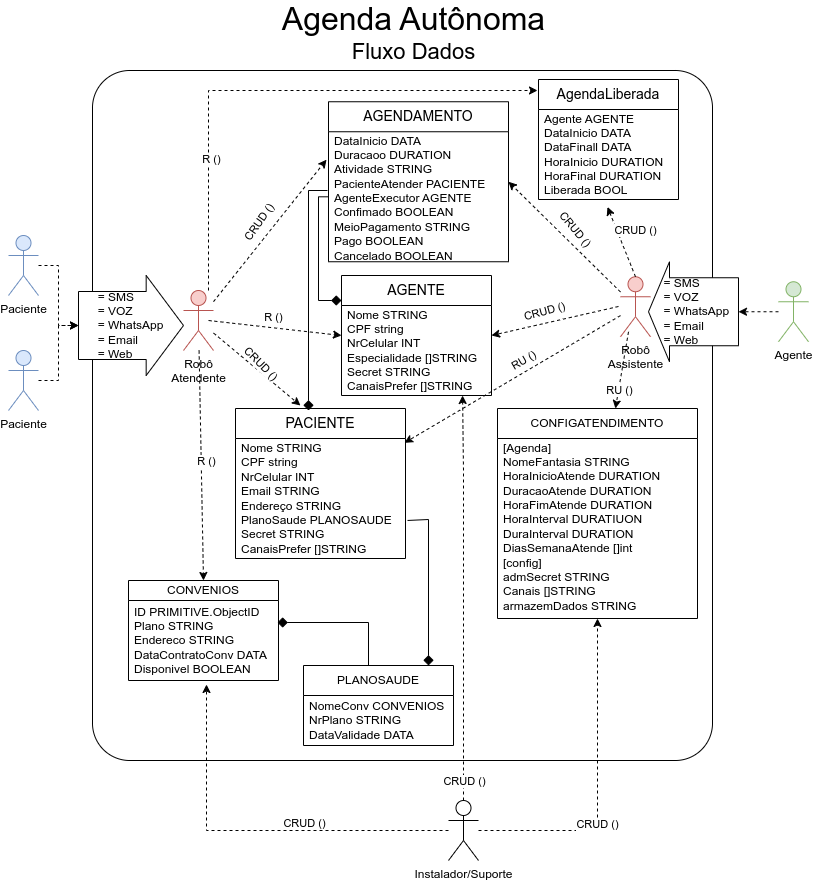
Before: Agenda-Página-1.drawio.png, a diagram exported from draw.io (gunboe/Agenda). Source tidied: cells renumbered, new cells last; positions are measured from the earlier drawing's top-left corner, leaving out a move shared by most shapes.
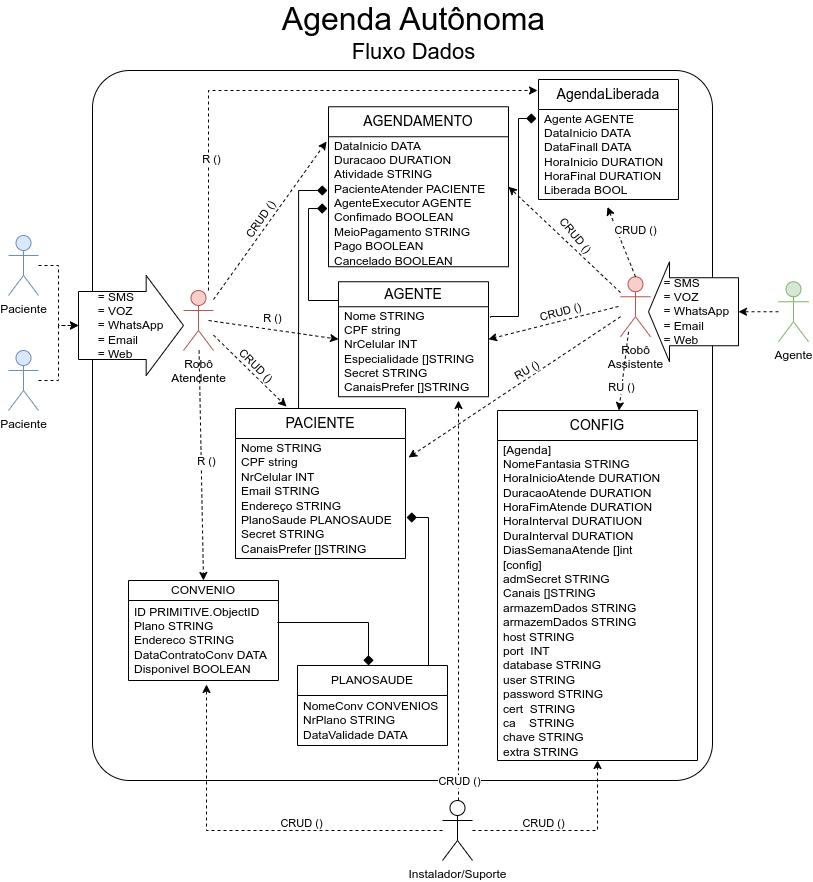
Later version of the same file.

Commit message:
Readequação da arquiteura da Agenda-Página-1.drawio.png

Diff of the diagram source:
```diff
@@ -3,7 +3,7 @@
     <mxCell id="0" />
     <mxCell id="1" parent="0" />
     <mxCell id="2" style="rounded=1;whiteSpace=wrap;html=1;arcSize=6;" parent="1" vertex="1">
-      <mxGeometry x="84" y="68" width="620" height="690" as="geometry" />
+      <mxGeometry x="84" y="68" width="620" height="710" as="geometry" />
     </mxCell>
     <mxCell id="3" style="edgeStyle=orthogonalEdgeStyle;rounded=0;jettySize=auto;html=1;entryX=0;entryY=0.5;entryDx=0;entryDy=0;entryPerimeter=0;dashed=1;" parent="1" edge="1" source="4" target="20">
       <mxGeometry relative="1" as="geometry" />
@@ -21,17 +21,17 @@
       <mxGeometry y="348" width="30" height="60" as="geometry" />
     </mxCell>
     <mxCell id="8" value="&lt;font style=&quot;font-size: 14px;&quot;&gt;AGENDAMENTO&lt;/font&gt;" style="swimlane;fontStyle=0;horizontal=1;startSize=30;whiteSpace=wrap;html=1;" parent="1" vertex="1">
-      <mxGeometry x="320" y="99.2" width="180" height="160" as="geometry" />
+      <mxGeometry x="320" y="104.2" width="180" height="160" as="geometry" />
     </mxCell>
     <mxCell id="9" value="DataInicio DATA&lt;br style=&quot;border-color: var(--border-color); text-align: center;&quot;&gt;&lt;span style=&quot;text-align: center;&quot;&gt;Duracaoo DURATION&lt;/span&gt;&lt;br style=&quot;border-color: var(--border-color); text-align: center;&quot;&gt;&lt;span style=&quot;text-align: center;&quot;&gt;Atividade STRING&lt;/span&gt;&lt;br style=&quot;border-color: var(--border-color); text-align: center;&quot;&gt;PacienteAtender PACIENTE&lt;br style=&quot;border-color: var(--border-color);&quot;&gt;&lt;span style=&quot;text-align: center;&quot;&gt;AgenteExecutor AGENTE&lt;/span&gt;&lt;br style=&quot;border-color: var(--border-color); text-align: center;&quot;&gt;&lt;span style=&quot;text-align: center;&quot;&gt;Confimado BOOLEAN&lt;/span&gt;&lt;span style=&quot;text-align: center;&quot;&gt;&lt;br&gt;MeioPagamento STRING&lt;br&gt;Pago BOOLEAN&lt;br&gt;Cancelado BOOLEAN&lt;br&gt;&lt;/span&gt;" style="text;strokeColor=none;fillColor=none;align=left;verticalAlign=middle;spacingLeft=4;spacingRight=4;overflow=hidden;points=[[0,0.5],[1,0.5]];portConstraint=eastwest;whiteSpace=wrap;html=1;" parent="8" vertex="1">
       <mxGeometry y="30" width="180" height="130" as="geometry" />
     </mxCell>
-    <mxCell id="10" style="endArrow=classic;html=1;rounded=0;entryX=-0.011;entryY=0.215;entryDx=0;entryDy=0;dashed=1;entryPerimeter=0;" parent="1" edge="1" source="19" target="9">
+    <mxCell id="10" style="endArrow=classic;html=1;rounded=0;entryX=-0.011;entryY=0.037;entryDx=0;entryDy=0;dashed=1;entryPerimeter=0;" parent="1" edge="1" source="19" target="9">
       <mxGeometry relative="1" as="geometry" />
     </mxCell>
     <mxCell id="11" value="CRUD ()" style="edgeLabel;html=1;align=center;verticalAlign=middle;rotation=-55;" parent="10" vertex="1">
       <mxGeometry x="-0.27" y="2" relative="1" as="geometry">
-        <mxPoint x="5" y="-25" as="offset" />
+        <mxPoint x="7" y="-21" as="offset" />
       </mxGeometry>
     </mxCell>
     <mxCell id="12" value="&lt;font style=&quot;font-size: 14px;&quot;&gt;PACIENTE&lt;/font&gt;" style="swimlane;fontStyle=0;horizontal=1;startSize=30;whiteSpace=wrap;html=1;" parent="1" vertex="1">
@@ -40,7 +40,7 @@
     <mxCell id="13" value="Nome STRING&lt;br&gt;CPF string&lt;br&gt;NrCelular INT&lt;br&gt;Email STRING&lt;br&gt;Endereço STRING&lt;br&gt;PlanoSaude PLANOSAUDE&lt;br&gt;Secret STRING&lt;br&gt;CanaisPrefer []STRING" style="text;strokeColor=none;fillColor=none;align=left;verticalAlign=middle;spacingLeft=4;spacingRight=4;overflow=hidden;points=[[0,0.5],[1,0.5]];portConstraint=eastwest;whiteSpace=wrap;html=1;" parent="12" vertex="1">
       <mxGeometry y="30" width="170" height="120" as="geometry" />
     </mxCell>
-    <mxCell id="14" style="endArrow=classic;html=1;rounded=0;entryX=0.382;entryY=-0.02;entryDx=0;entryDy=0;dashed=1;entryPerimeter=0;" parent="1" edge="1" source="19" target="12">
+    <mxCell id="14" style="endArrow=classic;html=1;rounded=0;entryX=0.3;entryY=-0.013;entryDx=0;entryDy=0;dashed=1;entryPerimeter=0;" parent="1" edge="1" source="19" target="12">
       <mxGeometry relative="1" as="geometry" />
     </mxCell>
     <mxCell id="15" value="CRUD ()" style="edgeLabel;html=1;align=center;verticalAlign=middle;rotation=45;fontSize=11;" parent="14" vertex="1">
@@ -57,7 +57,7 @@
       </mxGeometry>
     </mxCell>
     <mxCell id="18" value="Instalador/Suporte" style="shape=umlActor;verticalLabelPosition=bottom;verticalAlign=top;html=1;outlineConnect=0;" parent="1" vertex="1">
-      <mxGeometry x="440" y="798" width="30" height="60" as="geometry" />
+      <mxGeometry x="434" y="798" width="30" height="60" as="geometry" />
     </mxCell>
     <mxCell id="19" value="Robô&lt;br&gt;Atendente" style="shape=umlActor;verticalLabelPosition=bottom;verticalAlign=top;html=1;outlineConnect=0;fillColor=#f8cecc;strokeColor=#b85450;" parent="1" vertex="1">
       <mxGeometry x="175" y="288" width="30" height="60" as="geometry" />
@@ -65,11 +65,11 @@
     <mxCell id="20" value="&lt;div style=&quot;text-align: left;&quot;&gt;&lt;span style=&quot;background-color: initial;&quot;&gt;= SMS&lt;/span&gt;&lt;/div&gt;&lt;div style=&quot;text-align: left;&quot;&gt;&lt;span style=&quot;background-color: initial;&quot;&gt;= VOZ&lt;/span&gt;&lt;/div&gt;&lt;div style=&quot;text-align: left;&quot;&gt;&lt;span style=&quot;background-color: initial;&quot;&gt;= WhatsApp&lt;/span&gt;&lt;/div&gt;&lt;div style=&quot;text-align: left;&quot;&gt;&lt;span style=&quot;background-color: initial;&quot;&gt;= Email&lt;/span&gt;&lt;/div&gt;&lt;div style=&quot;text-align: left;&quot;&gt;&lt;span style=&quot;background-color: initial;&quot;&gt;= Web&lt;/span&gt;&lt;/div&gt;" style="shape=singleArrow;whiteSpace=wrap;html=1;arrowWidth=0.68;arrowSize=0.35555555555555557;" parent="1" vertex="1">
       <mxGeometry x="70" y="273" width="105" height="100" as="geometry" />
     </mxCell>
-    <mxCell id="21" value="&lt;font style=&quot;font-size: 14px;&quot;&gt;AGENTE&lt;/font&gt;" style="swimlane;fontStyle=0;horizontal=1;startSize=30;whiteSpace=wrap;html=1;" parent="1" vertex="1">
-      <mxGeometry x="333" y="273" width="150" height="120" as="geometry" />
+    <mxCell id="21" value="&lt;font style=&quot;font-size: 14px;&quot;&gt;AGENTE&lt;/font&gt;" style="swimlane;fontStyle=0;horizontal=1;startSize=25;whiteSpace=wrap;html=1;" parent="1" vertex="1">
+      <mxGeometry x="330" y="279.2" width="150" height="115" as="geometry" />
     </mxCell>
     <mxCell id="22" value="Nome STRING&lt;br&gt;CPF string&lt;br&gt;NrCelular INT&lt;br&gt;Especialidade []STRING&lt;br&gt;Secret STRING&lt;br&gt;CanaisPrefer []STRING" style="text;strokeColor=none;fillColor=none;align=left;verticalAlign=middle;spacingLeft=4;spacingRight=4;overflow=hidden;points=[[0,0.5],[1,0.5]];portConstraint=eastwest;whiteSpace=wrap;html=1;" parent="21" vertex="1">
-      <mxGeometry y="30" width="150" height="90" as="geometry" />
+      <mxGeometry y="25" width="150" height="90" as="geometry" />
     </mxCell>
     <mxCell id="23" value="Robô&lt;br&gt;Assistente" style="shape=umlActor;verticalLabelPosition=bottom;verticalAlign=top;html=1;outlineConnect=0;fillColor=#f8cecc;strokeColor=#b85450;" parent="1" vertex="1">
       <mxGeometry x="612" y="274.2" width="30" height="60" as="geometry" />
@@ -87,7 +87,7 @@
         <mxPoint x="16" y="-7" as="offset" />
       </mxGeometry>
     </mxCell>
-    <mxCell id="27" style="endArrow=classic;html=1;rounded=0;dashed=1;entryX=0.994;entryY=0.036;entryDx=0;entryDy=0;entryPerimeter=0;" parent="1" edge="1" source="23" target="13">
+    <mxCell id="27" style="endArrow=classic;html=1;rounded=0;dashed=1;entryX=1.018;entryY=0.158;entryDx=0;entryDy=0;entryPerimeter=0;" parent="1" edge="1" source="23" target="13">
       <mxGeometry relative="1" as="geometry" />
     </mxCell>
     <mxCell id="28" value="RU ()" style="edgeLabel;html=1;align=center;verticalAlign=middle;rotation=-30;" parent="27" vertex="1">
@@ -102,7 +102,7 @@
     </mxCell>
     <mxCell id="30" value="&lt;font style=&quot;font-size: 11px;&quot;&gt;CRUD ()&lt;/font&gt;" style="edgeLabel;html=1;align=center;verticalAlign=middle;rotation=-15;" parent="29" vertex="1">
       <mxGeometry x="-0.27" y="2" relative="1" as="geometry">
-        <mxPoint x="-28" y="-8" as="offset" />
+        <mxPoint x="-12" y="-8" as="offset" />
       </mxGeometry>
     </mxCell>
     <mxCell id="31" style="endArrow=classic;html=1;rounded=0;entryX=1;entryY=0.5;entryDx=0;entryDy=0;dashed=1;" parent="1" edge="1" source="23" target="8">
@@ -110,37 +110,38 @@
     </mxCell>
     <mxCell id="32" value="CRUD ()" style="edgeLabel;html=1;align=center;verticalAlign=middle;rotation=50;" parent="31" vertex="1">
       <mxGeometry x="-0.27" y="2" relative="1" as="geometry">
-        <mxPoint x="-2" y="-24" as="offset" />
+        <mxPoint x="-2" y="-20" as="offset" />
       </mxGeometry>
     </mxCell>
-    <mxCell id="33" value="CONFIGATENDIMENTO" style="swimlane;fontStyle=0;horizontal=1;startSize=30;whiteSpace=wrap;html=1;" parent="1" vertex="1">
-      <mxGeometry x="489" y="406" width="200" height="210" as="geometry" />
+    <mxCell id="33" value="&lt;font style=&quot;font-size: 14px;&quot;&gt;CONFIG&lt;/font&gt;" style="swimlane;fontStyle=0;horizontal=1;startSize=30;whiteSpace=wrap;html=1;" parent="1" vertex="1">
+      <mxGeometry x="489" y="408" width="200" height="350" as="geometry" />
     </mxCell>
-    <mxCell id="34" value="[Agenda]&lt;br&gt;NomeFantasia STRING&lt;br&gt;HoraInicioAtende DURATION&lt;br&gt;DuracaoAtende DURATION&lt;br&gt;HoraFimAtende DURATION&lt;br&gt;HoraInterval DURATIUON&lt;br&gt;DuraInterval DURATION&lt;br&gt;DiasSemanaAtende []int&lt;br&gt;[config]&lt;br&gt;admSecret STRING&lt;br&gt;Canais []STRING&lt;br&gt;armazemDados STRING&lt;br&gt;..." style="text;strokeColor=none;fillColor=none;align=left;verticalAlign=middle;spacingLeft=4;spacingRight=4;overflow=hidden;whiteSpace=wrap;html=1;" parent="33" vertex="1">
-      <mxGeometry y="30" width="200" height="180" as="geometry" />
+    <mxCell id="34" value="[Agenda]&lt;br&gt;NomeFantasia STRING&lt;br&gt;HoraInicioAtende DURATION&lt;br&gt;DuracaoAtende DURATION&lt;br&gt;HoraFimAtende DURATION&lt;br&gt;HoraInterval DURATIUON&lt;br&gt;DuraInterval DURATION&lt;br&gt;DiasSemanaAtende []int&lt;br&gt;[config]&lt;br&gt;admSecret STRING&lt;br&gt;Canais []STRING&lt;br&gt;armazemDados STRING&lt;br&gt;&lt;div&gt;armazemDados STRING&lt;/div&gt;&lt;div&gt;host STRING&lt;/div&gt;&lt;div&gt;port&amp;nbsp; INT&lt;/div&gt;&lt;div&gt;database STRING&lt;/div&gt;&lt;div&gt;user STRING&lt;/div&gt;&lt;div&gt;password STRING&lt;/div&gt;&lt;div&gt;cert&amp;nbsp; STRING&lt;/div&gt;&lt;div&gt;ca&amp;nbsp; &amp;nbsp; STRING&lt;/div&gt;&lt;div&gt;chave STRING&lt;/div&gt;&lt;div&gt;extra STRING&lt;/div&gt;" style="text;strokeColor=none;fillColor=none;align=left;verticalAlign=middle;spacingLeft=4;spacingRight=4;overflow=hidden;whiteSpace=wrap;html=1;" parent="33" vertex="1">
+      <mxGeometry y="30" width="200" height="320" as="geometry" />
     </mxCell>
     <mxCell id="35" style="edgeStyle=orthogonalEdgeStyle;rounded=0;jettySize=auto;html=1;entryX=0;entryY=0.5;entryDx=0;entryDy=0;entryPerimeter=0;dashed=1;" parent="1" edge="1" source="7" target="20">
       <mxGeometry relative="1" as="geometry" />
     </mxCell>
     <mxCell id="36" value="PLANOSAUDE" style="swimlane;fontStyle=0;horizontal=1;startSize=30;whiteSpace=wrap;html=1;" parent="1" vertex="1">
-      <mxGeometry x="295" y="663" width="150" height="80" as="geometry" />
+      <mxGeometry x="289" y="663" width="150" height="80" as="geometry" />
     </mxCell>
     <mxCell id="37" value="NomeConv CONVENIOS&lt;br&gt;NrPlano STRING&lt;br&gt;DataValidade DATA" style="text;strokeColor=none;fillColor=none;align=left;verticalAlign=middle;spacingLeft=4;spacingRight=4;overflow=hidden;whiteSpace=wrap;html=1;" parent="36" vertex="1">
       <mxGeometry y="30" width="150" height="50" as="geometry" />
     </mxCell>
-    <mxCell id="38" style="edgeStyle=orthogonalEdgeStyle;rounded=0;jettySize=auto;html=1;endArrow=diamond;endFill=1;endSize=8;" parent="1" edge="1" source="9" target="21">
+    <mxCell id="38" style="edgeStyle=orthogonalEdgeStyle;rounded=0;jettySize=auto;html=1;endArrow=none;endFill=0;endSize=8;startArrow=diamond;startFill=1;startSize=8;exitX=-0.006;exitY=0.552;exitDx=0;exitDy=0;exitPerimeter=0;" parent="1" edge="1" source="9" target="21">
       <mxGeometry relative="1" as="geometry">
         <Array as="points">
-          <mxPoint x="310" y="194" />
-          <mxPoint x="310" y="298" />
+          <mxPoint x="300" y="206" />
+          <mxPoint x="300" y="298" />
         </Array>
       </mxGeometry>
     </mxCell>
-    <mxCell id="39" style="edgeStyle=orthogonalEdgeStyle;rounded=0;jettySize=auto;html=1;entryX=0.807;entryY=1;entryDx=0;entryDy=0;entryPerimeter=0;dashed=1;" parent="1" edge="1" source="18" target="22">
+    <mxCell id="39" style="edgeStyle=orthogonalEdgeStyle;rounded=0;jettySize=auto;html=1;dashed=1;" parent="1" edge="1" source="18">
       <mxGeometry relative="1" as="geometry">
+        <mxPoint x="450" y="398" as="targetPoint" />
         <Array as="points">
-          <mxPoint x="455" y="468" />
-          <mxPoint x="454" y="468" />
+          <mxPoint x="450" y="638" />
+          <mxPoint x="450" y="638" />
         </Array>
       </mxGeometry>
     </mxCell>
@@ -152,12 +153,11 @@
     <mxCell id="41" value="&lt;font style=&quot;&quot;&gt;&lt;span style=&quot;font-size: 32px;&quot;&gt;Agenda Autônoma&lt;/span&gt;&lt;br&gt;&lt;font style=&quot;font-size: 22px;&quot;&gt;Fluxo Dados&lt;/font&gt;&lt;br&gt;&lt;/font&gt;" style="text;html=1;strokeColor=none;fillColor=none;align=center;verticalAlign=middle;whiteSpace=wrap;rounded=0;" parent="1" vertex="1">
       <mxGeometry x="257.5" width="295" height="60" as="geometry" />
     </mxCell>
-    <mxCell id="42" style="edgeStyle=orthogonalEdgeStyle;rounded=0;orthogonalLoop=1;jettySize=auto;html=1;endArrow=diamond;endFill=1;endSize=8;" parent="1" edge="1">
+    <mxCell id="42" style="edgeStyle=orthogonalEdgeStyle;rounded=0;jettySize=auto;html=1;endArrow=none;endFill=0;endSize=8;startSize=8;startArrow=diamond;startFill=1;entryX=0.371;entryY=0;entryDx=0;entryDy=0;entryPerimeter=0;" parent="1" edge="1" target="12">
       <mxGeometry relative="1" as="geometry">
         <mxPoint x="319" y="188" as="sourcePoint" />
-        <mxPoint x="300" y="408" as="targetPoint" />
         <Array as="points">
-          <mxPoint x="300" y="188" />
+          <mxPoint x="290" y="188" />
         </Array>
       </mxGeometry>
     </mxCell>
@@ -166,7 +166,7 @@
     </mxCell>
     <mxCell id="44" value="RU ()" style="edgeLabel;html=1;align=center;verticalAlign=middle;rotation=0;" parent="43" vertex="1">
       <mxGeometry x="0.33" y="1" relative="1" as="geometry">
-        <mxPoint x="-2" y="7" as="offset" />
+        <mxPoint x="-2" y="3" as="offset" />
       </mxGeometry>
     </mxCell>
     <mxCell id="45" value="&lt;font style=&quot;font-size: 14px;&quot;&gt;AgendaLiberada&lt;/font&gt;" style="swimlane;fontStyle=0;horizontal=1;startSize=30;whiteSpace=wrap;html=1;" parent="1" vertex="1">
@@ -214,25 +214,33 @@
         <mxPoint y="-7" as="offset" />
       </mxGeometry>
     </mxCell>
-    <mxCell id="55" value="CONVENIOS" style="swimlane;fontStyle=0;horizontal=1;startSize=20;whiteSpace=wrap;html=1;" parent="1" vertex="1">
+    <mxCell id="55" value="CONVENIO" style="swimlane;fontStyle=0;horizontal=1;startSize=20;whiteSpace=wrap;html=1;" parent="1" vertex="1">
       <mxGeometry x="120" y="578" width="150" height="100" as="geometry" />
     </mxCell>
     <mxCell id="56" value="ID PRIMITIVE.ObjectID&lt;br&gt;Plano STRING&lt;br&gt;Endereco STRING&lt;br&gt;DataContratoConv DATA&lt;br&gt;Disponivel BOOLEAN" style="text;strokeColor=none;fillColor=none;align=left;verticalAlign=middle;spacingLeft=4;spacingRight=4;overflow=hidden;points=[[0,0.5],[1,0.5]];portConstraint=eastwest;whiteSpace=wrap;html=1;" parent="55" vertex="1">
       <mxGeometry y="20" width="150" height="80" as="geometry" />
     </mxCell>
-    <mxCell id="57" style="edgeStyle=orthogonalEdgeStyle;rounded=0;jettySize=auto;html=1;exitX=1.012;exitY=0.683;exitDx=0;exitDy=0;exitPerimeter=0;endArrow=diamond;endFill=1;endSize=8;" parent="1" edge="1" source="13" target="36">
+    <mxCell id="57" style="edgeStyle=orthogonalEdgeStyle;rounded=0;jettySize=auto;html=1;exitX=1.006;exitY=0.658;exitDx=0;exitDy=0;exitPerimeter=0;endArrow=none;endFill=0;endSize=8;startArrow=diamond;startFill=1;startSize=8;" parent="1" edge="1" source="13" target="36">
       <mxGeometry relative="1" as="geometry">
         <Array as="points">
-          <mxPoint x="420" y="517" />
+          <mxPoint x="420" y="515" />
         </Array>
       </mxGeometry>
     </mxCell>
-    <mxCell id="58" style="edgeStyle=orthogonalEdgeStyle;rounded=0;jettySize=auto;html=1;entryX=0.993;entryY=0.275;entryDx=0;entryDy=0;entryPerimeter=0;endArrow=diamond;endFill=1;endSize=8;" parent="1" edge="1" source="36" target="56">
+    <mxCell id="58" style="edgeStyle=orthogonalEdgeStyle;rounded=0;jettySize=auto;html=1;entryX=0.993;entryY=0.275;entryDx=0;entryDy=0;entryPerimeter=0;endArrow=none;endFill=0;endSize=8;startArrow=diamond;startFill=1;startSize=8;" parent="1" edge="1" source="36" target="56">
       <mxGeometry relative="1" as="geometry">
         <Array as="points">
           <mxPoint x="360" y="620" />
         </Array>
       </mxGeometry>
     </mxCell>
+    <mxCell id="59" style="edgeStyle=orthogonalEdgeStyle;rounded=0;jettySize=auto;html=1;entryX=1.013;entryY=0.122;entryDx=0;entryDy=0;entryPerimeter=0;endArrow=none;endFill=0;strokeWidth=1;endSize=8;exitX=-0.014;exitY=0.1;exitDx=0;exitDy=0;exitPerimeter=0;startArrow=diamond;startFill=1;targetPerimeterSpacing=0;sourcePerimeterSpacing=0;startSize=8;" parent="1" edge="1" source="46" target="22">
+      <mxGeometry relative="1" as="geometry">
+        <Array as="points">
+          <mxPoint x="510" y="116" />
+          <mxPoint x="510" y="314" />
+        </Array>
+      </mxGeometry>
+    </mxCell>
   </root>
 </mxGraphModel>
```
